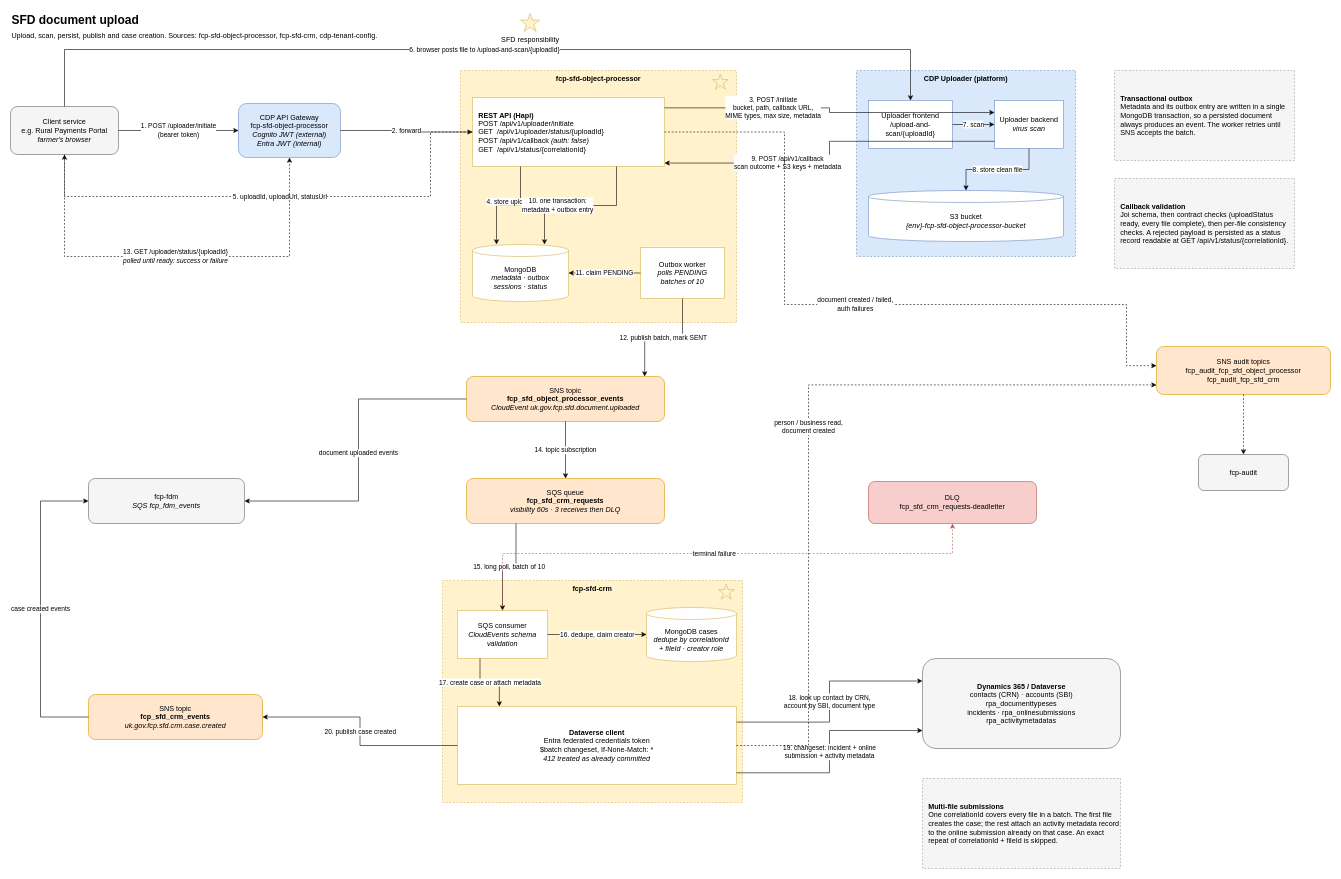
Earlier version of the draw.io diagram page "Document upload" (1 of 2) of docs/diagrams/document-upload.drawio (DEFRA/fcp-sfd-core). Source tidied: cells renumbered, new cells numbered last; positions are measured from the earlier drawing's top-left corner, leaving out a move shared by most shapes. Both pictures are drawn from the tidied source at 60%, with x=0, y=0 at pixel (10, 10).
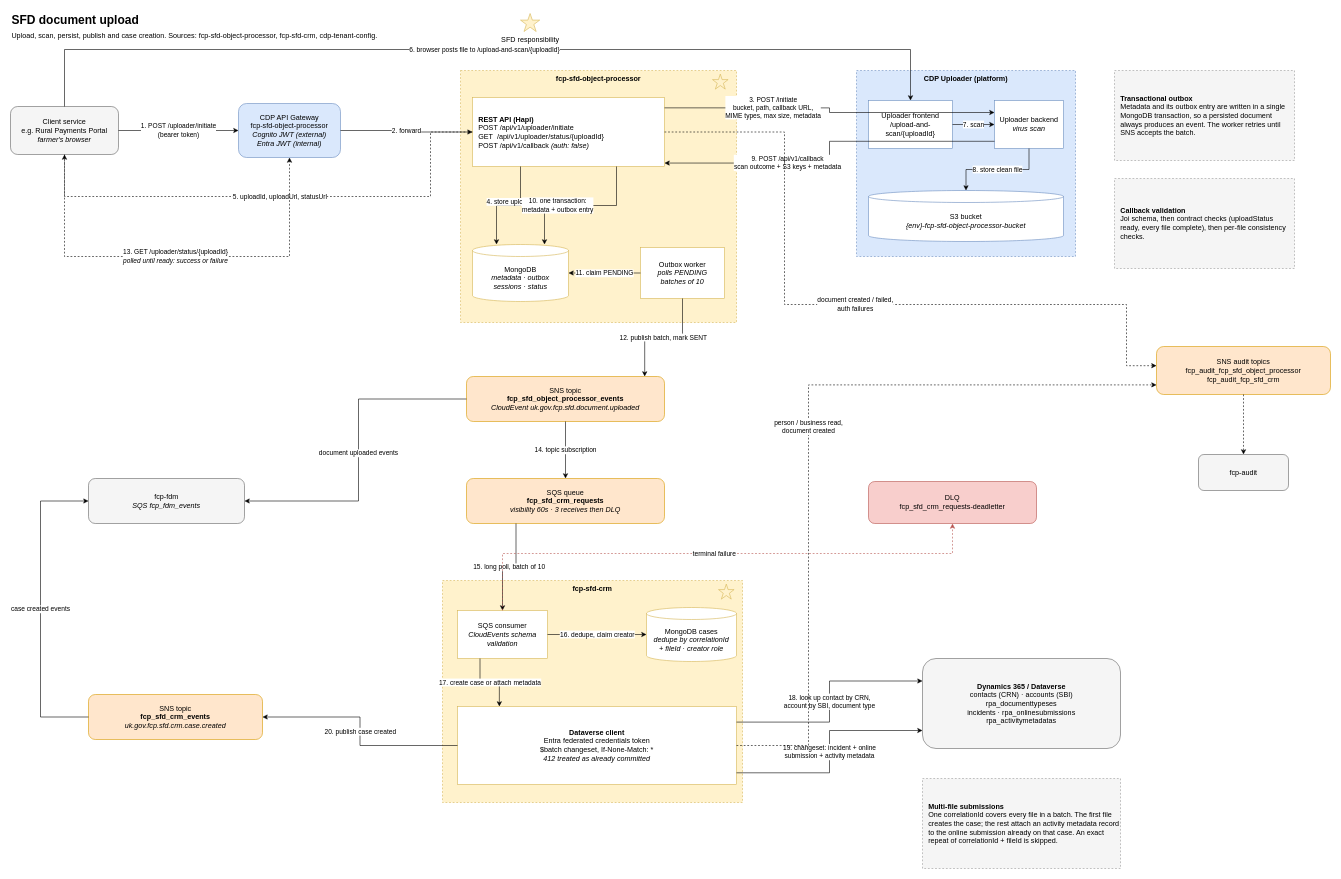
After the change.

Commit message (it also covers changes not shown here):
docs: remove deleted object processor /api/v1/status/{correlationId} … (#53)

* docs: remove deleted object processor /api/v1/status/{correlationId} endpoint references

* docs: remove status operation from retrieval flow diagram

The edit, as a diff of the source:
```diff
@@
-    <mxCell id="9" value="&lt;b&gt;REST API (Hapi)&lt;/b&gt;&lt;br&gt;POST /api/v1/uploader/initiate&lt;br&gt;GET  /api/v1/uploader/status/{uploadId}&lt;br&gt;POST /api/v1/callback &lt;i&gt;(auth: false)&lt;/i&gt;&lt;br&gt;GET  /api/v1/status/{correlationId}" style="rounded=0;whiteSpace=wrap;html=1;align=left;spacingLeft=8;fillColor=#ffffff;strokeColor=#d6b656;" parent="1" vertex="1">
+    <mxCell id="9" value="&lt;b&gt;REST API (Hapi)&lt;/b&gt;&lt;br&gt;POST /api/v1/uploader/initiate&lt;br&gt;GET  /api/v1/uploader/status/{uploadId}&lt;br&gt;POST /api/v1/callback &lt;i&gt;(auth: false)&lt;/i&gt;" style="rounded=0;whiteSpace=wrap;html=1;align=left;spacingLeft=8;fillColor=#ffffff;strokeColor=#d6b656;" parent="1" vertex="1">
       <mxGeometry x="770" y="145" width="320" height="115" as="geometry" />
     </mxCell>
@@
-    <mxCell id="56" value="&lt;b&gt;Callback validation&lt;/b&gt;&lt;br&gt;Joi schema, then contract checks (uploadStatus ready, every file complete), then per-file consistency checks. A rejected payload is persisted as a status record readable at GET /api/v1/status/{correlationId}." style="rounded=0;whiteSpace=wrap;html=1;align=left;spacingLeft=8;fillColor=#f5f5f5;strokeColor=#999999;dashed=1;" parent="1" vertex="1">
+    <mxCell id="56" value="&lt;b&gt;Callback validation&lt;/b&gt;&lt;br&gt;Joi schema, then contract checks (uploadStatus ready, every file complete), then per-file consistency checks." style="rounded=0;whiteSpace=wrap;html=1;align=left;spacingLeft=8;fillColor=#f5f5f5;strokeColor=#999999;dashed=1;" parent="1" vertex="1">
       <mxGeometry x="1840" y="280" width="300" height="150" as="geometry" />
     </mxCell>
```
